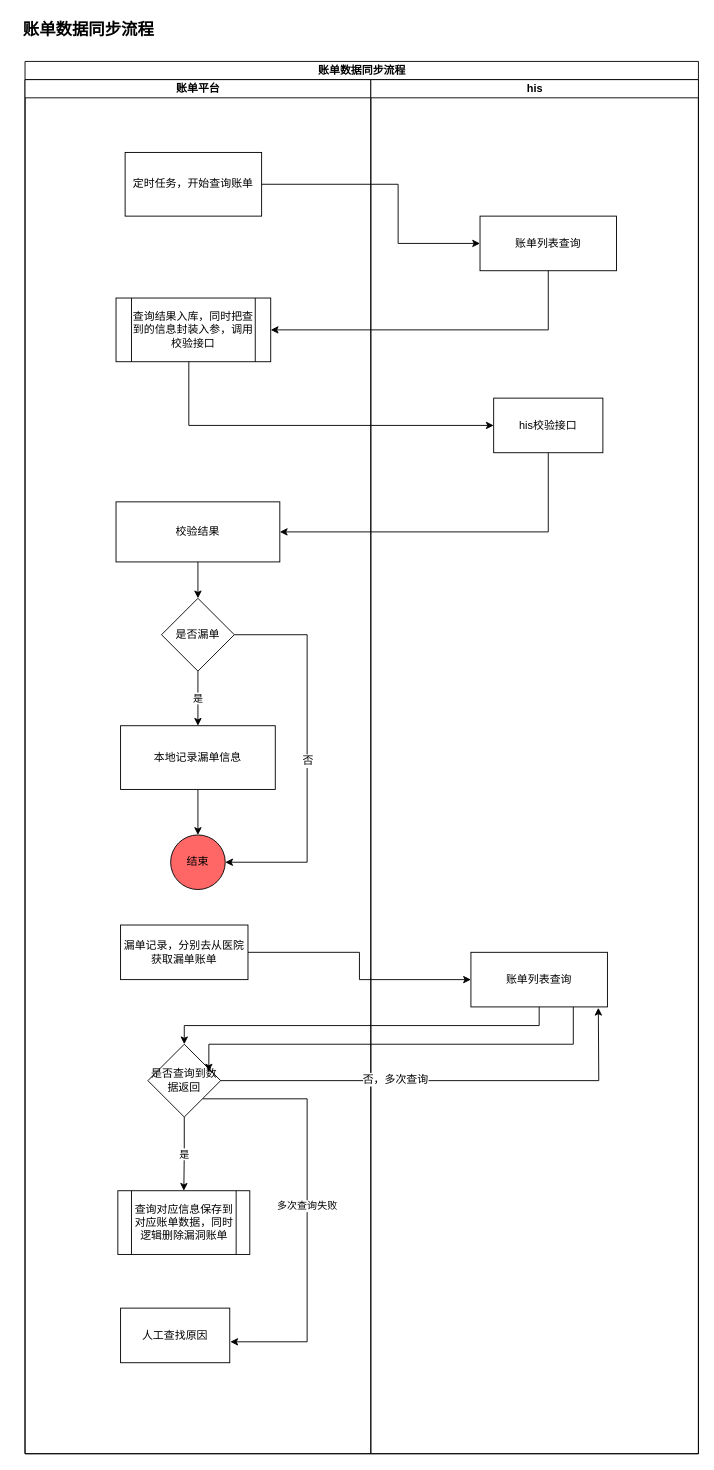
zhangwenhuad/visio keeps this draw.io diagram as 一站付平台/账单数据同步流程.drawio. Above is the earlier version. Source tidied: cells renumbered, new cells numbered last; positions are measured from the earlier drawing's top-left corner, leaving out a move shared by most shapes. Both pictures are drawn from the tidied source at 91%, with x=0, y=0 at pixel (15, 15).
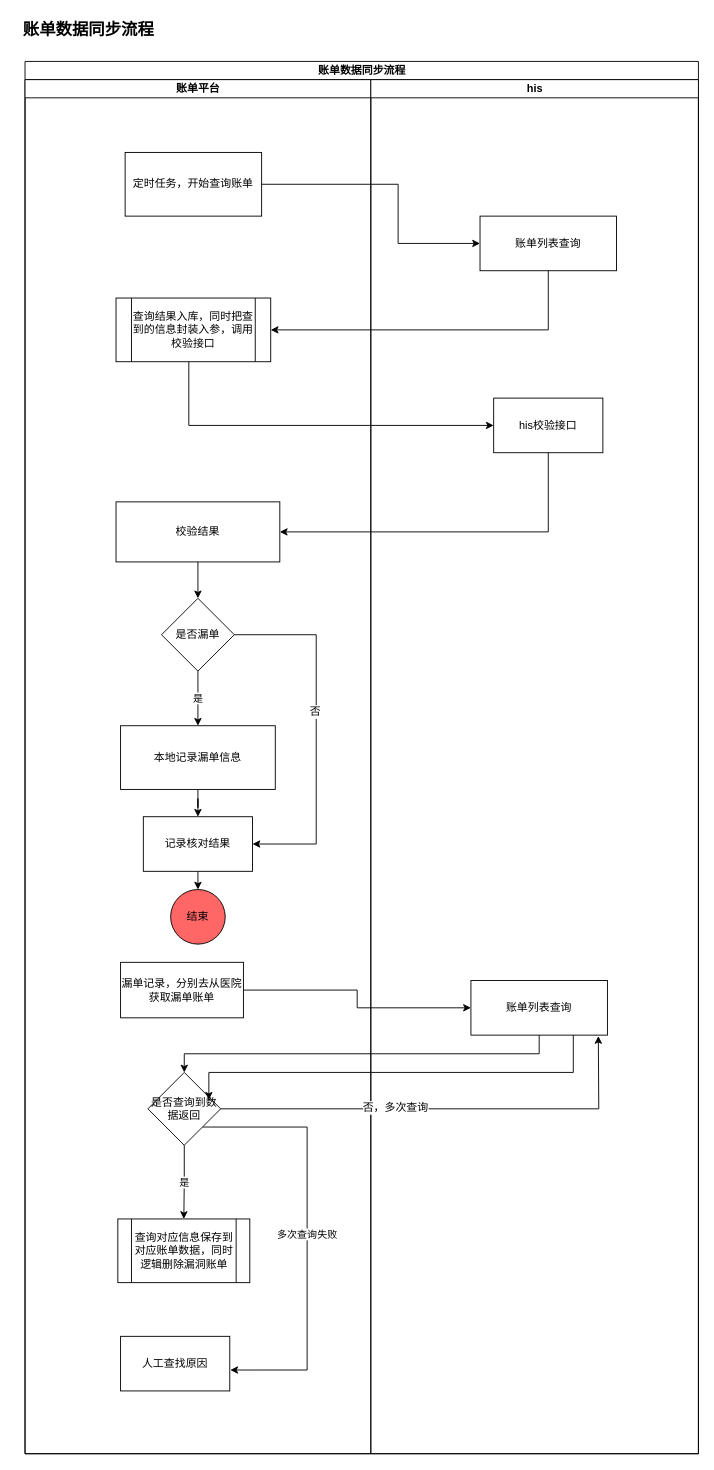
Above is the later version.

Commit message:
更新账单数据同步流程.drawio

The change refers to these unchanged cells:
```xml
<mxCell id="2" value="账单数据同步流程" style="swimlane;html=1;startSize=20;fillColor=#FFFFFF;" parent="1" vertex="1">
  <mxGeometry x="10" y="50" width="740" height="1530" as="geometry" />
</mxCell>
<mxCell id="4" value="账单平台" style="swimlane;html=1;startSize=20;fillColor=#FFFFFF;" parent="2" vertex="1">
  <mxGeometry y="20" width="380" height="1510" as="geometry" />
</mxCell>
<mxCell id="12" value="是否漏单" style="rhombus;whiteSpace=wrap;html=1;fillColor=#FFFFFF;" parent="4" vertex="1">
  <mxGeometry x="150" y="570" width="80" height="80" as="geometry" />
</mxCell>
<mxCell id="14" value="本地记录漏单信息" style="rounded=0;whiteSpace=wrap;html=1;fillColor=#FFFFFF;" parent="4" vertex="1">
  <mxGeometry x="105" y="710" width="170" height="70" as="geometry" />
</mxCell>
<mxCell id="22" value="his" style="swimlane;html=1;startSize=20;" parent="2" vertex="1">
  <mxGeometry x="380" y="20" width="360" height="1510" as="geometry" />
</mxCell>
```

Change to the diagram source:
```diff
@@
-    <mxCell id="10" style="edgeStyle=orthogonalEdgeStyle;rounded=0;jettySize=auto;html=1;exitX=1;exitY=0.5;exitDx=0;exitDy=0;entryX=1;entryY=0.5;entryDx=0;entryDy=0;" parent="4" edge="1" source="12" target="15">
-      <mxGeometry relative="1" as="geometry">
-        <Array as="points">
-          <mxPoint x="310" y="610" />
-          <mxPoint x="310" y="860" />
-        </Array>
-      </mxGeometry>
-    </mxCell>
+    <mxCell id="35" style="edgeStyle=orthogonalEdgeStyle;rounded=0;jettySize=auto;html=1;exitX=1;exitY=0.5;exitDx=0;exitDy=0;entryX=1;entryY=0.5;entryDx=0;entryDy=0;" parent="4" edge="1" source="12" target="38">
+      <mxGeometry relative="1" as="geometry">
+        <Array as="points">
+          <mxPoint x="320" y="610" />
+          <mxPoint x="320" y="840" />
+        </Array>
+      </mxGeometry>
+    </mxCell>
-    <mxCell id="11" value="否" style="text;html=1;align=center;verticalAlign=middle;labelBackgroundColor=#ffffff;" parent="10" vertex="1">
-      <mxGeometry x="0.04" relative="1" as="geometry" />
+    <mxCell id="11" value="否" style="text;html=1;align=center;verticalAlign=middle;labelBackgroundColor=#ffffff;" parent="35" vertex="1">
+      <mxGeometry x="-0.11" y="-2" relative="1" as="geometry" />
     </mxCell>
@@
-    <mxCell id="13" style="edgeStyle=orthogonalEdgeStyle;rounded=0;jettySize=auto;html=1;exitX=0.5;exitY=1;exitDx=0;exitDy=0;" parent="4" edge="1" source="14" target="15">
-      <mxGeometry relative="1" as="geometry" />
-    </mxCell>
+    <mxCell id="36" style="edgeStyle=orthogonalEdgeStyle;rounded=0;jettySize=auto;html=1;exitX=0.5;exitY=1;exitDx=0;exitDy=0;" parent="4" edge="1" source="14" target="38">
+      <mxGeometry relative="1" as="geometry" />
+    </mxCell>
@@
     <mxCell id="15" value="结束" style="ellipse;whiteSpace=wrap;html=1;fillColor=#FF6666;" parent="4" vertex="1">
-      <mxGeometry x="160" y="830" width="60" height="60" as="geometry" />
+      <mxGeometry x="160" y="890" width="60" height="60" as="geometry" />
     </mxCell>
     <mxCell id="16" value="漏单记录，分别去从医院获取漏单账单" style="rounded=0;whiteSpace=wrap;html=1;fillColor=#FFFFFF;" parent="4" vertex="1">
-      <mxGeometry x="105" y="929" width="140" height="60" as="geometry" />
+      <mxGeometry x="105" y="970" width="135" height="61" as="geometry" />
     </mxCell>
     <mxCell id="17" value="查询对应信息保存到对应账单数据，同时逻辑删除漏洞账单" style="shape=process;whiteSpace=wrap;html=1;backgroundOutline=1;fillColor=#FFFFFF;" parent="4" vertex="1">
-      <mxGeometry x="102" y="1221" width="145" height="70" as="geometry" />
+      <mxGeometry x="102" y="1252" width="145" height="70" as="geometry" />
     </mxCell>
@@
     <mxCell id="19" value="多次查询失败" style="edgeStyle=orthogonalEdgeStyle;rounded=0;jettySize=auto;html=1;exitX=1;exitY=1;exitDx=0;exitDy=0;entryX=1.005;entryY=0.617;entryDx=0;entryDy=0;entryPerimeter=0;" parent="4" edge="1" source="20" target="21">
       <mxGeometry relative="1" as="geometry">
         <Array as="points">
-          <mxPoint x="310" y="1120" />
-          <mxPoint x="310" y="1387" />
+          <mxPoint x="310" y="1151" />
+          <mxPoint x="310" y="1418" />
         </Array>
       </mxGeometry>
     </mxCell>
     <mxCell id="20" value="是否查询到数据返回" style="rhombus;whiteSpace=wrap;html=1;fillColor=#FFFFFF;" parent="4" vertex="1">
-      <mxGeometry x="135" y="1060" width="80" height="80" as="geometry" />
+      <mxGeometry x="135" y="1091" width="80" height="80" as="geometry" />
     </mxCell>
     <mxCell id="21" value="人工查找原因" style="rounded=0;whiteSpace=wrap;html=1;fillColor=#FFFFFF;" parent="4" vertex="1">
-      <mxGeometry x="105" y="1350" width="120" height="60" as="geometry" />
+      <mxGeometry x="105" y="1381" width="120" height="60" as="geometry" />
     </mxCell>
+    <mxCell id="37" style="edgeStyle=orthogonalEdgeStyle;rounded=0;jettySize=auto;html=1;exitX=0.5;exitY=1;exitDx=0;exitDy=0;entryX=0.5;entryY=0;entryDx=0;entryDy=0;" parent="4" edge="1" source="38" target="15">
+      <mxGeometry relative="1" as="geometry" />
+    </mxCell>
+    <mxCell id="38" value="记录核对结果" style="rounded=0;whiteSpace=wrap;html=1;" parent="4" vertex="1">
+      <mxGeometry x="130" y="810" width="120" height="60" as="geometry" />
+    </mxCell>
@@
     <mxCell id="25" value="账单列表查询" style="rounded=0;whiteSpace=wrap;html=1;fillColor=#FFFFFF;" parent="22" vertex="1">
-      <mxGeometry x="110" y="959" width="150" height="60" as="geometry" />
+      <mxGeometry x="110" y="990" width="150" height="60" as="geometry" />
     </mxCell>
@@
     <mxCell id="31" style="edgeStyle=orthogonalEdgeStyle;rounded=0;jettySize=auto;html=1;exitX=0.75;exitY=1;exitDx=0;exitDy=0;" parent="2" edge="1" source="25">
       <mxGeometry relative="1" as="geometry">
-        <mxPoint x="202" y="1110" as="targetPoint" />
+        <mxPoint x="202" y="1141" as="targetPoint" />
         <Array as="points">
-          <mxPoint x="603" y="1080" />
-          <mxPoint x="202" y="1080" />
+          <mxPoint x="603" y="1111" />
+          <mxPoint x="202" y="1111" />
         </Array>
       </mxGeometry>
     </mxCell>
@@
     <mxCell id="33" style="edgeStyle=orthogonalEdgeStyle;rounded=0;jettySize=auto;html=1;exitX=1;exitY=0.5;exitDx=0;exitDy=0;" parent="1" edge="1" source="20">
       <mxGeometry relative="1" as="geometry">
-        <mxPoint x="640" y="1090" as="targetPoint" />
+        <mxPoint x="640" y="1121" as="targetPoint" />
       </mxGeometry>
     </mxCell>
```
